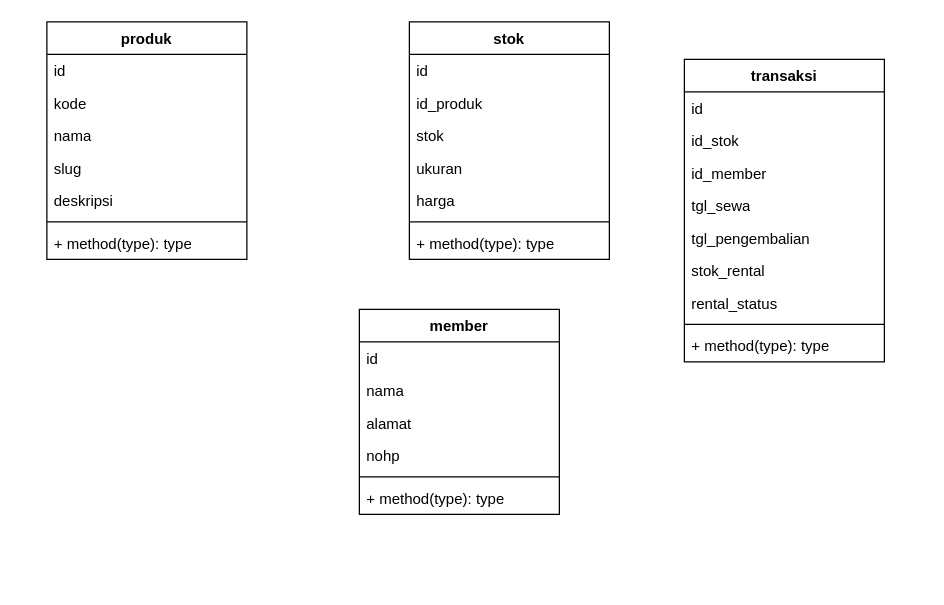
This is Untitled Diagram.drawio from GibransLF/sans, a draw.io file, before an edit. Source tidied: cells renumbered, new cells numbered last; positions are measured from the earlier drawing's top-left corner, leaving out a move shared by most shapes. Both pictures are drawn from the tidied source at 125%, with x=0, y=0 at pixel (46, 21).
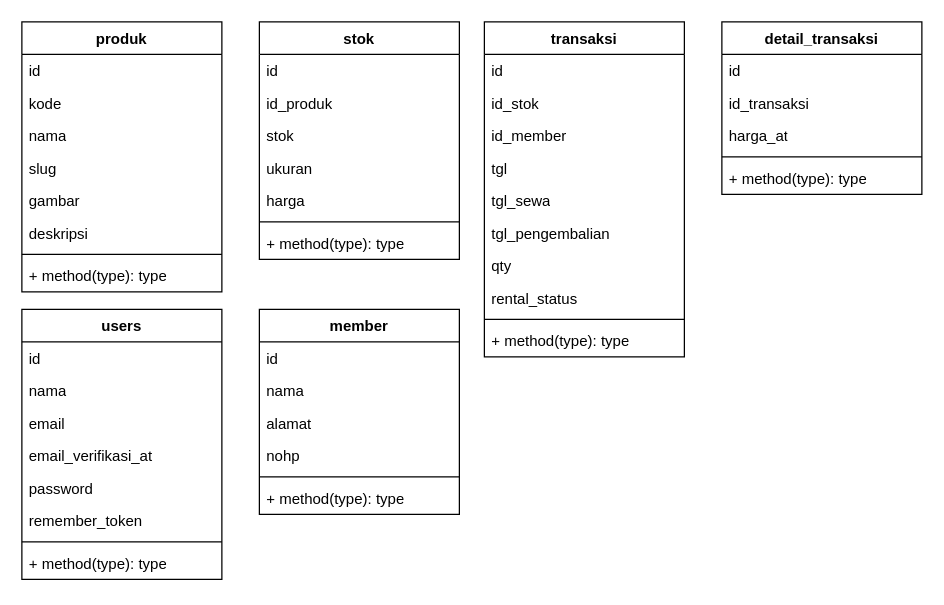
Above is the later version.

What changed in the source:
```diff
@@
     <mxCell id="2" value="produk" style="swimlane;fontStyle=1;align=center;verticalAlign=top;horizontal=1;startSize=26;whiteSpace=wrap;html=1;" parent="1" vertex="1">
-      <mxGeometry width="160" height="190" as="geometry" />
+      <mxGeometry x="-20" width="160" height="216" as="geometry" />
     </mxCell>
@@
+    <mxCell id="35" value="gambar" style="text;strokeColor=none;fillColor=none;align=left;verticalAlign=top;spacingLeft=4;spacingRight=4;overflow=hidden;whiteSpace=wrap;html=1;" parent="2" vertex="1">
+      <mxGeometry y="130" width="160" height="26" as="geometry" />
+    </mxCell>
     <mxCell id="7" value="deskripsi" style="text;strokeColor=none;fillColor=none;align=left;verticalAlign=top;spacingLeft=4;spacingRight=4;overflow=hidden;whiteSpace=wrap;html=1;" parent="2" vertex="1">
-      <mxGeometry y="130" width="160" height="26" as="geometry" />
+      <mxGeometry y="156" width="160" height="26" as="geometry" />
     </mxCell>
     <mxCell id="8" style="line;strokeWidth=1;fillColor=none;align=left;verticalAlign=middle;spacingTop=-1;spacingLeft=3;spacingRight=3;labelPosition=right;strokeColor=inherit;" parent="2" vertex="1">
-      <mxGeometry y="156" width="160" height="8" as="geometry" />
+      <mxGeometry y="182" width="160" height="8" as="geometry" />
     </mxCell>
     <mxCell id="9" value="+ method(type): type" style="text;strokeColor=none;fillColor=none;align=left;verticalAlign=top;spacingLeft=4;spacingRight=4;overflow=hidden;whiteSpace=wrap;html=1;" parent="2" vertex="1">
-      <mxGeometry y="164" width="160" height="26" as="geometry" />
+      <mxGeometry y="190" width="160" height="26" as="geometry" />
     </mxCell>
     <mxCell id="10" value="stok" style="swimlane;fontStyle=1;align=center;verticalAlign=top;horizontal=1;startSize=26;whiteSpace=wrap;html=1;" parent="1" vertex="1">
-      <mxGeometry x="290" width="160" height="190" as="geometry" />
+      <mxGeometry x="170" width="160" height="190" as="geometry" />
     </mxCell>
@@
     <mxCell id="18" value="transaksi" style="swimlane;fontStyle=1;align=center;verticalAlign=top;horizontal=1;startSize=26;whiteSpace=wrap;html=1;" parent="1" vertex="1">
-      <mxGeometry x="510" y="30" width="160" height="242" as="geometry" />
+      <mxGeometry x="350" width="160" height="268" as="geometry" />
     </mxCell>
@@
+    <mxCell id="36" value="tgl" style="text;strokeColor=none;fillColor=none;align=left;verticalAlign=top;spacingLeft=4;spacingRight=4;overflow=hidden;whiteSpace=wrap;html=1;" parent="18" vertex="1">
+      <mxGeometry y="104" width="160" height="26" as="geometry" />
+    </mxCell>
     <mxCell id="22" value="tgl_sewa" style="text;strokeColor=none;fillColor=none;align=left;verticalAlign=top;spacingLeft=4;spacingRight=4;overflow=hidden;whiteSpace=wrap;html=1;" parent="18" vertex="1">
-      <mxGeometry y="104" width="160" height="26" as="geometry" />
+      <mxGeometry y="130" width="160" height="26" as="geometry" />
     </mxCell>
     <mxCell id="23" value="tgl_pengembalian" style="text;strokeColor=none;fillColor=none;align=left;verticalAlign=top;spacingLeft=4;spacingRight=4;overflow=hidden;whiteSpace=wrap;html=1;" parent="18" vertex="1">
-      <mxGeometry y="130" width="160" height="26" as="geometry" />
+      <mxGeometry y="156" width="160" height="26" as="geometry" />
     </mxCell>
-    <mxCell id="24" value="stok_rental" style="text;strokeColor=none;fillColor=none;align=left;verticalAlign=top;spacingLeft=4;spacingRight=4;overflow=hidden;whiteSpace=wrap;html=1;" parent="18" vertex="1">
-      <mxGeometry y="156" width="160" height="26" as="geometry" />
+    <mxCell id="24" value="qty" style="text;strokeColor=none;fillColor=none;align=left;verticalAlign=top;spacingLeft=4;spacingRight=4;overflow=hidden;whiteSpace=wrap;html=1;" parent="18" vertex="1">
+      <mxGeometry y="182" width="160" height="26" as="geometry" />
     </mxCell>
     <mxCell id="25" value="rental_status" style="text;strokeColor=none;fillColor=none;align=left;verticalAlign=top;spacingLeft=4;spacingRight=4;overflow=hidden;whiteSpace=wrap;html=1;" parent="18" vertex="1">
-      <mxGeometry y="182" width="160" height="26" as="geometry" />
+      <mxGeometry y="208" width="160" height="26" as="geometry" />
     </mxCell>
     <mxCell id="26" style="line;strokeWidth=1;fillColor=none;align=left;verticalAlign=middle;spacingTop=-1;spacingLeft=3;spacingRight=3;labelPosition=right;strokeColor=inherit;" parent="18" vertex="1">
-      <mxGeometry y="208" width="160" height="8" as="geometry" />
+      <mxGeometry y="234" width="160" height="8" as="geometry" />
     </mxCell>
     <mxCell id="27" value="+ method(type): type" style="text;strokeColor=none;fillColor=none;align=left;verticalAlign=top;spacingLeft=4;spacingRight=4;overflow=hidden;whiteSpace=wrap;html=1;" parent="18" vertex="1">
-      <mxGeometry y="216" width="160" height="26" as="geometry" />
+      <mxGeometry y="242" width="160" height="26" as="geometry" />
     </mxCell>
     <mxCell id="28" value="member" style="swimlane;fontStyle=1;align=center;verticalAlign=top;horizontal=1;startSize=26;whiteSpace=wrap;html=1;" parent="1" vertex="1">
-      <mxGeometry x="250" y="230" width="160" height="164" as="geometry" />
+      <mxGeometry x="170" y="230" width="160" height="164" as="geometry" />
     </mxCell>
@@
+    <mxCell id="37" value="detail_transaksi" style="swimlane;fontStyle=1;align=center;verticalAlign=top;horizontal=1;startSize=26;whiteSpace=wrap;html=1;" parent="1" vertex="1">
+      <mxGeometry x="540" width="160" height="138" as="geometry" />
+    </mxCell>
+    <mxCell id="38" value="id" style="text;strokeColor=none;fillColor=none;align=left;verticalAlign=top;spacingLeft=4;spacingRight=4;overflow=hidden;whiteSpace=wrap;html=1;" parent="37" vertex="1">
+      <mxGeometry y="26" width="160" height="26" as="geometry" />
+    </mxCell>
+    <mxCell id="39" value="id_transaksi" style="text;strokeColor=none;fillColor=none;align=left;verticalAlign=top;spacingLeft=4;spacingRight=4;overflow=hidden;whiteSpace=wrap;html=1;" parent="37" vertex="1">
+      <mxGeometry y="52" width="160" height="26" as="geometry" />
+    </mxCell>
+    <mxCell id="40" value="harga_at" style="text;strokeColor=none;fillColor=none;align=left;verticalAlign=top;spacingLeft=4;spacingRight=4;overflow=hidden;whiteSpace=wrap;html=1;" parent="37" vertex="1">
+      <mxGeometry y="78" width="160" height="26" as="geometry" />
+    </mxCell>
+    <mxCell id="41" style="line;strokeWidth=1;fillColor=none;align=left;verticalAlign=middle;spacingTop=-1;spacingLeft=3;spacingRight=3;labelPosition=right;strokeColor=inherit;" parent="37" vertex="1">
+      <mxGeometry y="104" width="160" height="8" as="geometry" />
+    </mxCell>
+    <mxCell id="42" value="+ method(type): type" style="text;strokeColor=none;fillColor=none;align=left;verticalAlign=top;spacingLeft=4;spacingRight=4;overflow=hidden;whiteSpace=wrap;html=1;" parent="37" vertex="1">
+      <mxGeometry y="112" width="160" height="26" as="geometry" />
+    </mxCell>
+    <mxCell id="43" value="users" style="swimlane;fontStyle=1;align=center;verticalAlign=top;horizontal=1;startSize=26;whiteSpace=wrap;html=1;" parent="1" vertex="1">
+      <mxGeometry x="-20" y="230" width="160" height="216" as="geometry" />
+    </mxCell>
+    <mxCell id="44" value="id" style="text;strokeColor=none;fillColor=none;align=left;verticalAlign=top;spacingLeft=4;spacingRight=4;overflow=hidden;whiteSpace=wrap;html=1;" parent="43" vertex="1">
+      <mxGeometry y="26" width="160" height="26" as="geometry" />
+    </mxCell>
+    <mxCell id="45" value="nama" style="text;strokeColor=none;fillColor=none;align=left;verticalAlign=top;spacingLeft=4;spacingRight=4;overflow=hidden;whiteSpace=wrap;html=1;" parent="43" vertex="1">
+      <mxGeometry y="52" width="160" height="26" as="geometry" />
+    </mxCell>
+    <mxCell id="46" value="email" style="text;strokeColor=none;fillColor=none;align=left;verticalAlign=top;spacingLeft=4;spacingRight=4;overflow=hidden;whiteSpace=wrap;html=1;" parent="43" vertex="1">
+      <mxGeometry y="78" width="160" height="26" as="geometry" />
+    </mxCell>
+    <mxCell id="47" value="email_verifikasi_at" style="text;strokeColor=none;fillColor=none;align=left;verticalAlign=top;spacingLeft=4;spacingRight=4;overflow=hidden;whiteSpace=wrap;html=1;" parent="43" vertex="1">
+      <mxGeometry y="104" width="160" height="26" as="geometry" />
+    </mxCell>
+    <mxCell id="48" value="password" style="text;strokeColor=none;fillColor=none;align=left;verticalAlign=top;spacingLeft=4;spacingRight=4;overflow=hidden;whiteSpace=wrap;html=1;" parent="43" vertex="1">
+      <mxGeometry y="130" width="160" height="26" as="geometry" />
+    </mxCell>
+    <mxCell id="49" value="remember_token" style="text;strokeColor=none;fillColor=none;align=left;verticalAlign=top;spacingLeft=4;spacingRight=4;overflow=hidden;whiteSpace=wrap;html=1;" parent="43" vertex="1">
+      <mxGeometry y="156" width="160" height="26" as="geometry" />
+    </mxCell>
+    <mxCell id="50" style="line;strokeWidth=1;fillColor=none;align=left;verticalAlign=middle;spacingTop=-1;spacingLeft=3;spacingRight=3;labelPosition=right;strokeColor=inherit;" parent="43" vertex="1">
+      <mxGeometry y="182" width="160" height="8" as="geometry" />
+    </mxCell>
+    <mxCell id="51" value="+ method(type): type" style="text;strokeColor=none;fillColor=none;align=left;verticalAlign=top;spacingLeft=4;spacingRight=4;overflow=hidden;whiteSpace=wrap;html=1;" parent="43" vertex="1">
+      <mxGeometry y="190" width="160" height="26" as="geometry" />
+    </mxCell>
```
